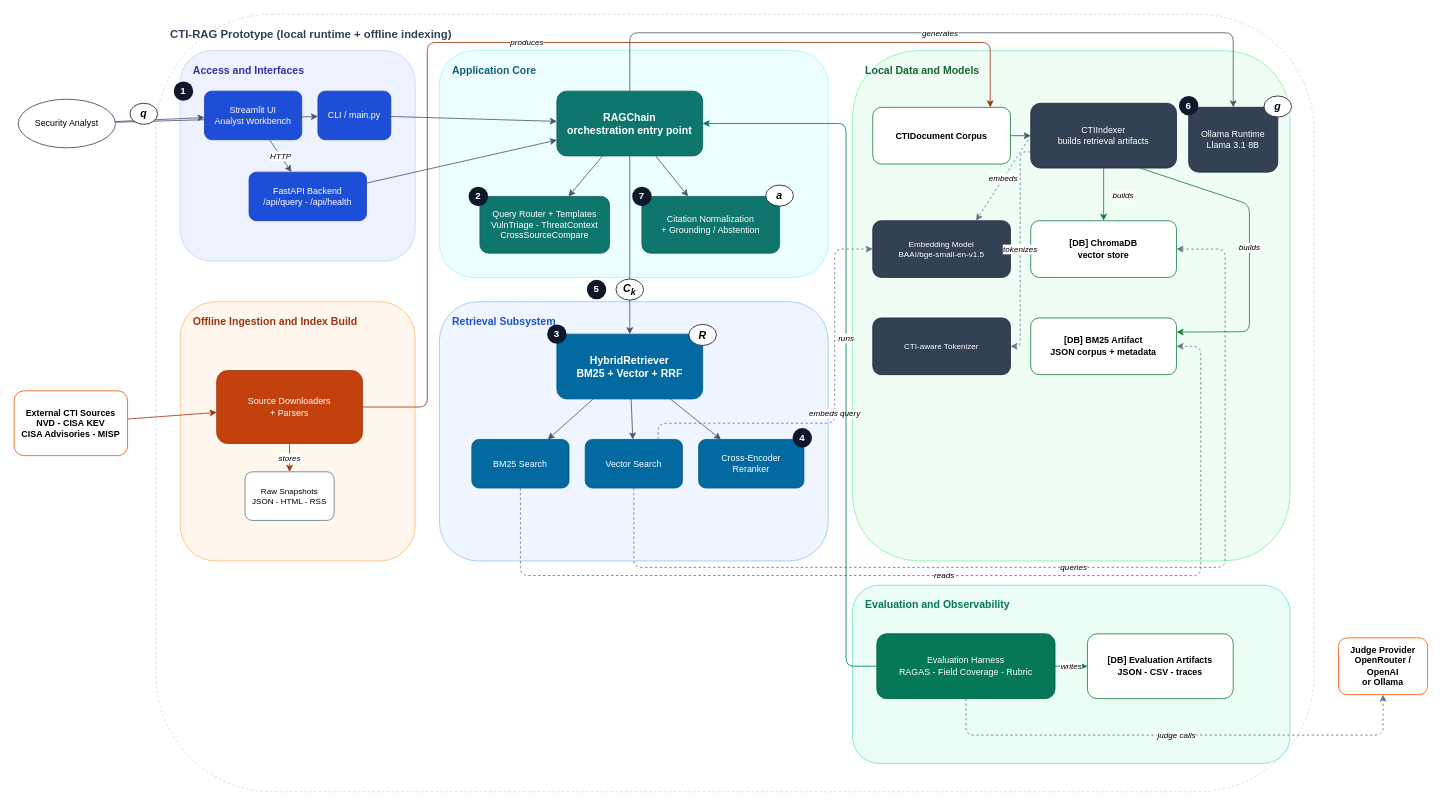
bhxinderj/cti-rag-analyst-support keeps this draw.io diagram as docs/architecture/cti_rag_architecture_overview.drawio. Above is the earlier version. Source tidied: cells renumbered, new cells numbered last; positions are measured from the earlier drawing's top-left corner, leaving out a move shared by most shapes. Both pictures are drawn from the tidied source at 81%, with x=0, y=0 at pixel (14, 14).
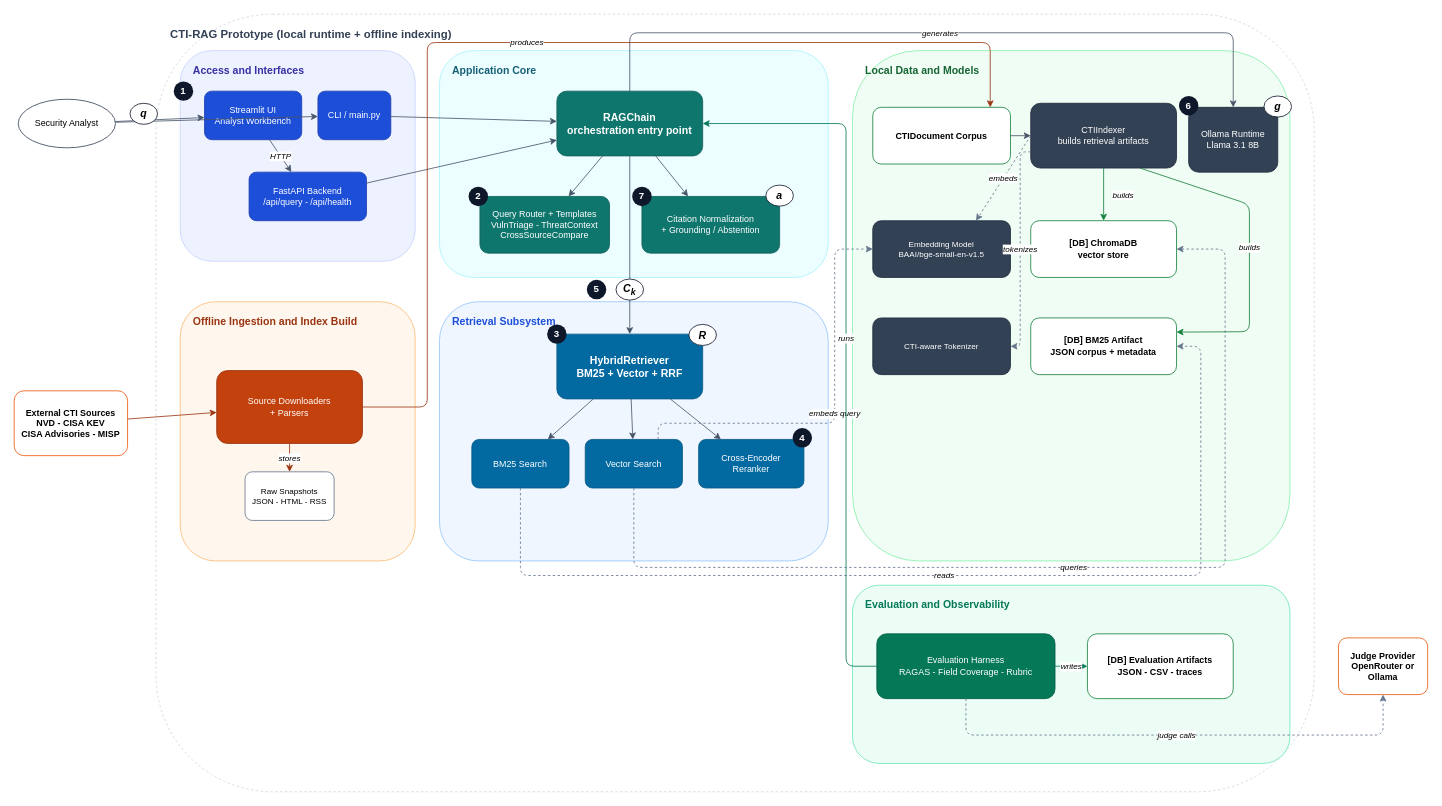
Above is the later version.

What changed in the source:
```diff
@@
-    <mxCell id="32" value="Judge Provider&#10;OpenRouter / OpenAI&#10;or Ollama" style="rounded=1;whiteSpace=wrap;html=1;fillColor=#FFFFFF;strokeColor=#EA580C;fontSize=11;fontStyle=1;" parent="1" vertex="1">
+    <mxCell id="32" value="Judge Provider&#10;OpenRouter or Ollama" style="rounded=1;whiteSpace=wrap;html=1;fillColor=#FFFFFF;strokeColor=#EA580C;fontSize=11;fontStyle=1;" parent="1" vertex="1">
       <mxGeometry x="1635" y="770" width="110" height="70" as="geometry" />
     </mxCell>
```
